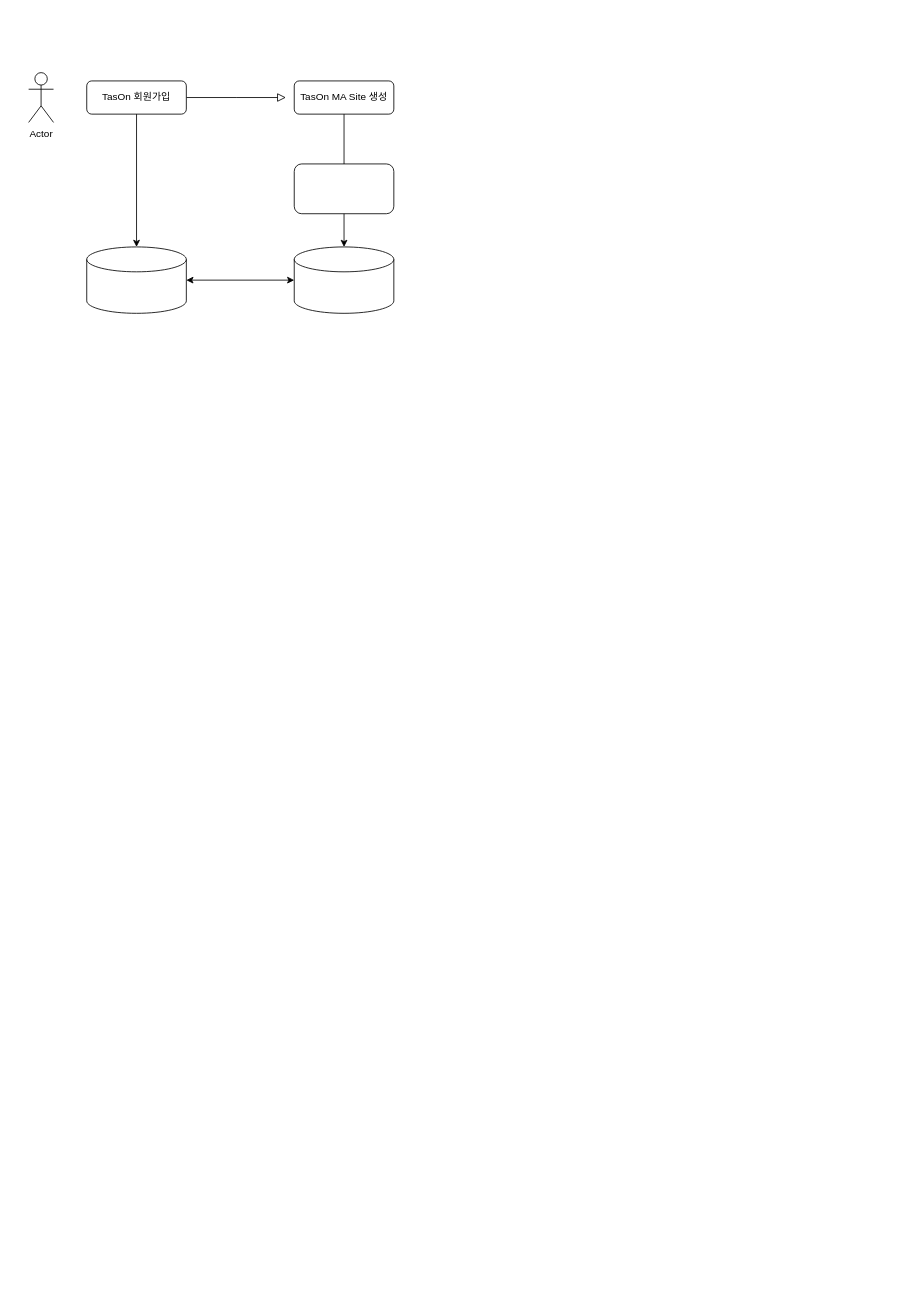
Earlier version of the draw.io diagram Tason회원가입.drawio (jaero0725/draw_io). Source tidied: cells renumbered, new cells numbered last; positions are measured from the earlier drawing's top-left corner, leaving out a move shared by most shapes. Both pictures are drawn from the tidied source at 83%, with x=0, y=0 at pixel (28, 72).
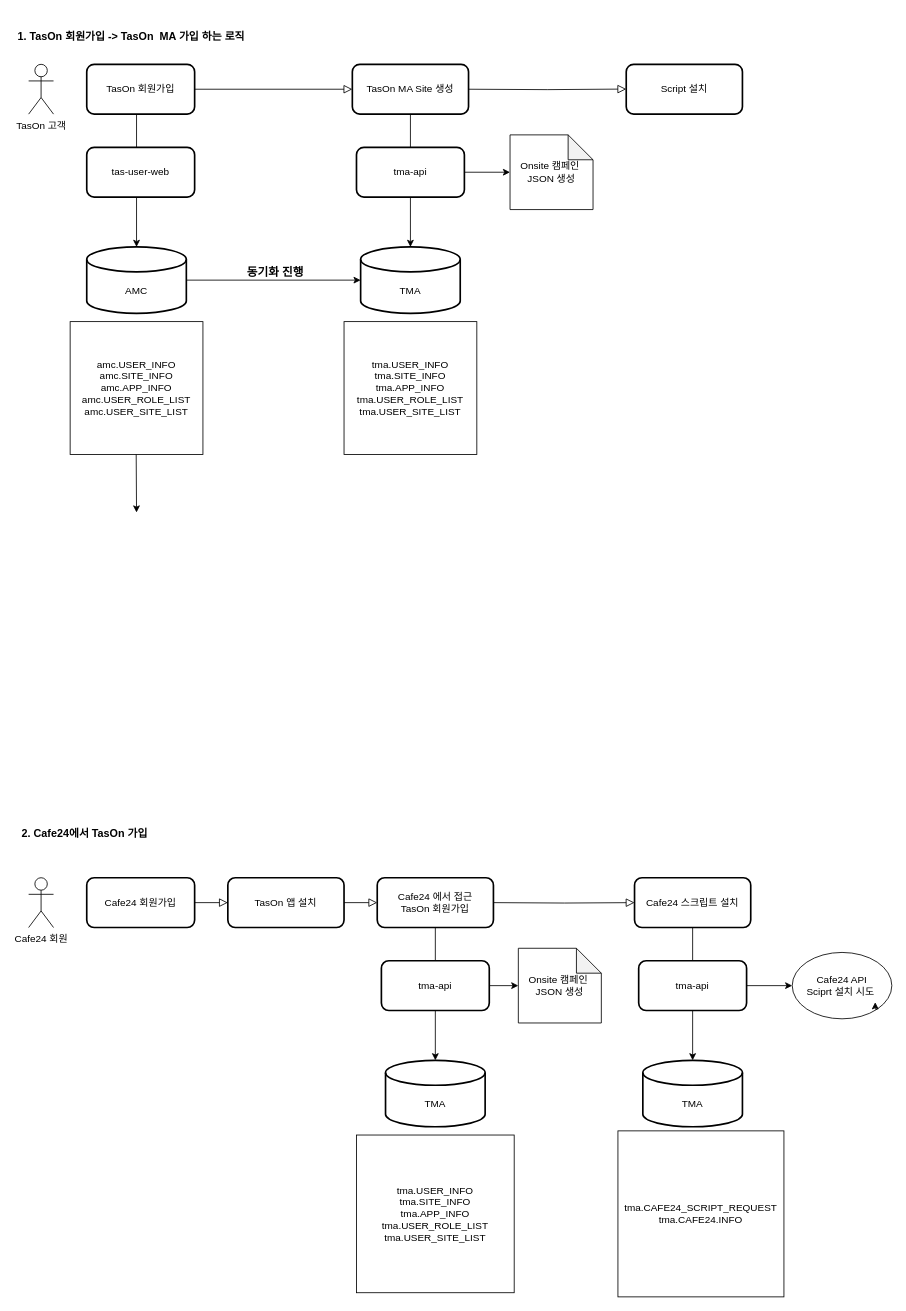
The same diagram, later.

Commit message (it also covers changes not shown here):
Tason회원가입.drawio 업데이트

Change to the diagram source:
```diff
@@
-    <mxCell id="2" value="Actor" style="shape=umlActor;verticalLabelPosition=bottom;verticalAlign=top;html=1;" parent="1" vertex="1">
-      <mxGeometry width="30" height="60" as="geometry" />
+    <mxCell id="2" value="TasOn 고객" style="shape=umlActor;verticalLabelPosition=bottom;verticalAlign=top;html=1;labelBackgroundColor=none;" parent="1" vertex="1">
+      <mxGeometry y="-10" width="30" height="60" as="geometry" />
     </mxCell>
-    <mxCell id="3" style="rounded=0;html=1;jettySize=auto;fontSize=11;endArrow=block;endFill=0;endSize=8;strokeWidth=1;shadow=0;labelBackgroundColor=none;edgeStyle=orthogonalEdgeStyle;fontColor=default;" parent="1" edge="1" source="4">
-      <mxGeometry relative="1" as="geometry">
-        <mxPoint x="310" y="30" as="targetPoint" />
-      </mxGeometry>
+    <mxCell id="3" style="rounded=0;html=1;jettySize=auto;fontSize=11;endArrow=block;endFill=0;endSize=8;strokeWidth=1;shadow=0;labelBackgroundColor=none;edgeStyle=orthogonalEdgeStyle;fontColor=default;entryX=0;entryY=0.5;entryDx=0;entryDy=0;exitX=1;exitY=0.5;exitDx=0;exitDy=0;" parent="1" edge="1" source="4" target="5">
+      <mxGeometry relative="1" as="geometry" />
     </mxCell>
-    <mxCell id="4" value="TasOn 회원가입" style="rounded=1;whiteSpace=wrap;html=1;fontSize=12;glass=0;strokeWidth=1;shadow=0;labelBackgroundColor=none;" parent="1" vertex="1">
-      <mxGeometry x="70" y="10" width="120" height="40" as="geometry" />
+    <mxCell id="4" value="TasOn 회원가입" style="rounded=1;whiteSpace=wrap;html=1;fontSize=12;glass=0;strokeWidth=2;shadow=0;labelBackgroundColor=none;" parent="1" vertex="1">
+      <mxGeometry x="70" y="-10" width="130" height="60" as="geometry" />
     </mxCell>
-    <mxCell id="5" value="TasOn MA Site 생성" style="rounded=1;whiteSpace=wrap;html=1;fontSize=12;glass=0;strokeWidth=1;shadow=0;labelBackgroundColor=none;" parent="1" vertex="1">
-      <mxGeometry x="320" y="10" width="120" height="40" as="geometry" />
+    <mxCell id="5" value="TasOn MA Site 생성" style="rounded=1;whiteSpace=wrap;html=1;fontSize=12;glass=0;strokeWidth=2;shadow=0;labelBackgroundColor=none;" parent="1" vertex="1">
+      <mxGeometry x="390" y="-10" width="140" height="60" as="geometry" />
     </mxCell>
-    <mxCell id="6" style="endArrow=classic;html=1;rounded=0;" parent="1" edge="1" target="7">
+    <mxCell id="6" style="endArrow=classic;html=1;rounded=0;labelBackgroundColor=none;fontColor=default;" parent="1" edge="1" target="7">
       <mxGeometry relative="1" as="geometry">
         <mxPoint x="130" y="50" as="sourcePoint" />
       </mxGeometry>
     </mxCell>
-    <mxCell id="7" style="shape=cylinder3;whiteSpace=wrap;html=1;boundedLbl=1;backgroundOutline=1;size=15;" parent="1" vertex="1">
+    <mxCell id="7" value="AMC" style="shape=cylinder3;whiteSpace=wrap;html=1;boundedLbl=1;backgroundOutline=1;size=15;strokeWidth=2;labelBackgroundColor=none;" parent="1" vertex="1">
       <mxGeometry x="70" y="210" width="120" height="80" as="geometry" />
     </mxCell>
-    <mxCell id="8" style="endArrow=classic;html=1;rounded=0;" parent="1" edge="1" target="9">
+    <mxCell id="8" style="endArrow=classic;html=1;rounded=0;labelBackgroundColor=none;fontColor=default;" parent="1" edge="1" target="9">
       <mxGeometry relative="1" as="geometry">
-        <mxPoint x="380" y="50" as="sourcePoint" />
+        <mxPoint x="460" y="50" as="sourcePoint" />
       </mxGeometry>
     </mxCell>
-    <mxCell id="9" style="shape=cylinder3;whiteSpace=wrap;html=1;boundedLbl=1;backgroundOutline=1;size=15;" parent="1" vertex="1">
-      <mxGeometry x="320" y="210" width="120" height="80" as="geometry" />
+    <mxCell id="9" value="TMA" style="shape=cylinder3;whiteSpace=wrap;html=1;boundedLbl=1;backgroundOutline=1;size=15;strokeWidth=2;labelBackgroundColor=none;" parent="1" vertex="1">
+      <mxGeometry x="400" y="210" width="120" height="80" as="geometry" />
     </mxCell>
-    <mxCell id="10" style="rounded=1;whiteSpace=wrap;html=1;" parent="1" vertex="1">
-      <mxGeometry x="320" y="110" width="120" height="60" as="geometry" />
+    <mxCell id="10" value="tma-api" style="rounded=1;whiteSpace=wrap;html=1;strokeWidth=2;labelBackgroundColor=none;" parent="1" vertex="1">
+      <mxGeometry x="395" y="90" width="130" height="60" as="geometry" />
     </mxCell>
-    <mxCell id="11" style="endArrow=classic;startArrow=classic;html=1;rounded=0;entryX=0;entryY=0.5;entryDx=0;entryDy=0;entryPerimeter=0;exitX=1;exitY=0.5;exitDx=0;exitDy=0;exitPerimeter=0;" parent="1" edge="1" source="7" target="9">
-      <mxGeometry relative="1" as="geometry" />
-    </mxCell>
+    <mxCell id="12" style="endArrow=classic;html=1;rounded=0;entryX=0;entryY=0.5;entryDx=0;entryDy=0;entryPerimeter=0;exitX=1;exitY=0.5;exitDx=0;exitDy=0;exitPerimeter=0;labelBackgroundColor=none;fontColor=default;" parent="1" edge="1">
+      <mxGeometry relative="1" as="geometry">
+        <mxPoint x="190" y="250" as="sourcePoint" />
+        <mxPoint x="400" y="250" as="targetPoint" />
+      </mxGeometry>
+    </mxCell>
+    <mxCell id="13" value="동기화 진행" style="edgeLabel;html=1;align=center;verticalAlign=middle;fontSize=14;fontStyle=1;labelBackgroundColor=none;" parent="12" vertex="1">
+      <mxGeometry x="0.01" y="-4" relative="1" as="geometry">
+        <mxPoint y="-14" as="offset" />
+      </mxGeometry>
+    </mxCell>
+    <mxCell id="14" value="tma.USER_INFO&#10;tma.SITE_INFO&#10;tma.APP_INFO&#10;tma.USER_ROLE_LIST&#10;tma.USER_SITE_LIST" style="whiteSpace=wrap;html=1;labelBackgroundColor=none;" parent="1" vertex="1">
+      <mxGeometry x="380" y="300" width="160" height="160" as="geometry" />
+    </mxCell>
+    <mxCell id="15" value="&lt;div&gt;amc.USER_INFO&lt;/div&gt;&lt;div&gt;amc.SITE_INFO&lt;/div&gt;&lt;div&gt;amc.APP_INFO&lt;/div&gt;&lt;div&gt;amc.USER_ROLE_LIST&lt;/div&gt;&lt;div&gt;amc.USER_SITE_LIST&lt;/div&gt;" style="whiteSpace=wrap;html=1;labelBackgroundColor=none;" parent="1" vertex="1">
+      <mxGeometry x="50" y="300" width="160" height="160" as="geometry" />
+    </mxCell>
+    <mxCell id="16" style="endArrow=classic;html=1;rounded=0;labelBackgroundColor=none;fontColor=default;" parent="1" edge="1">
+      <mxGeometry relative="1" as="geometry">
+        <mxPoint x="129.6" y="460" as="sourcePoint" />
+        <mxPoint x="130" y="530" as="targetPoint" />
+      </mxGeometry>
+    </mxCell>
+    <mxCell id="17" style="endArrow=classic;html=1;rounded=0;entryX=0;entryY=0.5;entryDx=0;entryDy=0;entryPerimeter=0;labelBackgroundColor=none;fontColor=default;exitX=1;exitY=0.5;exitDx=0;exitDy=0;" parent="1" edge="1" source="10" target="18">
+      <mxGeometry relative="1" as="geometry" />
+    </mxCell>
+    <mxCell id="18" value="Onsite 캠페인&amp;nbsp;&lt;br&gt;JSON 생성" style="shape=note;whiteSpace=wrap;html=1;backgroundOutline=1;darkOpacity=0.05;labelBackgroundColor=none;" parent="1" vertex="1">
+      <mxGeometry x="580" y="75" width="100" height="90" as="geometry" />
+    </mxCell>
+    <mxCell id="19" value="&lt;h2&gt;&lt;font style=&quot;font-size: 13px;&quot;&gt;1. TasOn 회원가입 -&amp;gt; TasOn&amp;nbsp; MA 가입 하는 로직&lt;/font&gt;&lt;/h2&gt;" style="text;strokeColor=none;align=left;fillColor=none;html=1;verticalAlign=middle;whiteSpace=wrap;rounded=0;labelBackgroundColor=none;" parent="1" vertex="1">
+      <mxGeometry x="-15" y="-60" width="290" height="30" as="geometry" />
+    </mxCell>
+    <mxCell id="20" value="tas-user-web" style="rounded=1;whiteSpace=wrap;html=1;strokeWidth=2;labelBackgroundColor=none;" parent="1" vertex="1">
+      <mxGeometry x="70" y="90" width="130" height="60" as="geometry" />
+    </mxCell>
+    <mxCell id="21" value="&lt;h2&gt;&lt;span style=&quot;font-size: 13px;&quot;&gt;2. Cafe24에서 TasOn 가입&amp;nbsp;&lt;/span&gt;&lt;/h2&gt;" style="text;strokeColor=none;align=left;fillColor=none;html=1;verticalAlign=middle;whiteSpace=wrap;rounded=0;labelBackgroundColor=none;" parent="1" vertex="1">
+      <mxGeometry x="-10" y="900" width="290" height="30" as="geometry" />
+    </mxCell>
+    <mxCell id="22" value="Cafe24 회원" style="shape=umlActor;verticalLabelPosition=bottom;verticalAlign=top;html=1;labelBackgroundColor=none;" parent="1" vertex="1">
+      <mxGeometry y="970" width="30" height="60" as="geometry" />
+    </mxCell>
+    <mxCell id="23" style="rounded=0;html=1;jettySize=auto;fontSize=11;endArrow=block;endFill=0;endSize=8;strokeWidth=1;shadow=0;labelBackgroundColor=none;edgeStyle=orthogonalEdgeStyle;fontColor=default;entryX=0;entryY=0.5;entryDx=0;entryDy=0;exitX=1;exitY=0.5;exitDx=0;exitDy=0;" parent="1" edge="1" source="24" target="25">
+      <mxGeometry relative="1" as="geometry" />
+    </mxCell>
+    <mxCell id="24" value="Cafe24 회원가입" style="rounded=1;whiteSpace=wrap;html=1;fontSize=12;glass=0;strokeWidth=2;shadow=0;labelBackgroundColor=none;" parent="1" vertex="1">
+      <mxGeometry x="70" y="970" width="130" height="60" as="geometry" />
+    </mxCell>
+    <mxCell id="25" value="TasOn 앱 설치" style="rounded=1;whiteSpace=wrap;html=1;fontSize=12;glass=0;strokeWidth=2;shadow=0;labelBackgroundColor=none;" parent="1" vertex="1">
+      <mxGeometry x="240" y="970" width="140" height="60" as="geometry" />
+    </mxCell>
+    <mxCell id="26" style="rounded=0;html=1;jettySize=auto;fontSize=11;endArrow=block;endFill=0;endSize=8;strokeWidth=1;shadow=0;labelBackgroundColor=none;edgeStyle=orthogonalEdgeStyle;fontColor=default;entryX=0;entryY=0.5;entryDx=0;entryDy=0;exitX=1;exitY=0.5;exitDx=0;exitDy=0;" parent="1" edge="1" source="25" target="27">
+      <mxGeometry relative="1" as="geometry" />
+    </mxCell>
+    <mxCell id="27" value="Cafe24 에서 접근 &lt;br&gt;TasOn 회원가입" style="rounded=1;whiteSpace=wrap;html=1;fontSize=12;glass=0;strokeWidth=2;shadow=0;labelBackgroundColor=none;" parent="1" vertex="1">
+      <mxGeometry x="420" y="970" width="140" height="60" as="geometry" />
+    </mxCell>
+    <mxCell id="28" style="endArrow=classic;html=1;rounded=0;labelBackgroundColor=none;fontColor=default;" parent="1" edge="1" target="29">
+      <mxGeometry relative="1" as="geometry">
+        <mxPoint x="490" y="1030" as="sourcePoint" />
+      </mxGeometry>
+    </mxCell>
+    <mxCell id="29" value="TMA" style="shape=cylinder3;whiteSpace=wrap;html=1;boundedLbl=1;backgroundOutline=1;size=15;strokeWidth=2;labelBackgroundColor=none;" parent="1" vertex="1">
+      <mxGeometry x="430" y="1190" width="120" height="80" as="geometry" />
+    </mxCell>
+    <mxCell id="30" value="tma-api" style="rounded=1;whiteSpace=wrap;html=1;strokeWidth=2;labelBackgroundColor=none;" parent="1" vertex="1">
+      <mxGeometry x="425" y="1070" width="130" height="60" as="geometry" />
+    </mxCell>
+    <mxCell id="31" value="tma.USER_INFO&#10;tma.SITE_INFO&#10;tma.APP_INFO&#10;tma.USER_ROLE_LIST&#10;tma.USER_SITE_LIST" style="whiteSpace=wrap;html=1;labelBackgroundColor=none;" parent="1" vertex="1">
+      <mxGeometry x="395" y="1280" width="190" height="190" as="geometry" />
+    </mxCell>
+    <mxCell id="32" style="endArrow=classic;html=1;rounded=0;entryX=0;entryY=0.5;entryDx=0;entryDy=0;entryPerimeter=0;exitX=1;exitY=0.5;exitDx=0;exitDy=0;labelBackgroundColor=none;fontColor=default;" parent="1" edge="1" source="30" target="33">
+      <mxGeometry relative="1" as="geometry" />
+    </mxCell>
+    <mxCell id="33" value="Onsite 캠페인&amp;nbsp;&lt;br&gt;JSON 생성" style="shape=note;whiteSpace=wrap;html=1;backgroundOutline=1;darkOpacity=0.05;labelBackgroundColor=none;" parent="1" vertex="1">
+      <mxGeometry x="590" y="1055" width="100" height="90" as="geometry" />
+    </mxCell>
+    <mxCell id="34" style="rounded=0;html=1;jettySize=auto;fontSize=11;endArrow=block;endFill=0;endSize=8;strokeWidth=1;shadow=0;labelBackgroundColor=none;edgeStyle=orthogonalEdgeStyle;fontColor=default;entryX=0;entryY=0.5;entryDx=0;entryDy=0;" parent="1" edge="1" target="35">
+      <mxGeometry relative="1" as="geometry">
+        <mxPoint x="560" y="1000" as="sourcePoint" />
+      </mxGeometry>
+    </mxCell>
+    <mxCell id="35" value="Cafe24 스크립트 설치" style="rounded=1;whiteSpace=wrap;html=1;fontSize=12;glass=0;strokeWidth=2;shadow=0;labelBackgroundColor=none;" parent="1" vertex="1">
+      <mxGeometry x="730" y="970" width="140" height="60" as="geometry" />
+    </mxCell>
+    <mxCell id="36" value="Script 설치" style="rounded=1;whiteSpace=wrap;html=1;fontSize=12;glass=0;strokeWidth=2;shadow=0;labelBackgroundColor=none;" parent="1" vertex="1">
+      <mxGeometry x="720" y="-10" width="140" height="60" as="geometry" />
+    </mxCell>
+    <mxCell id="37" style="rounded=0;html=1;jettySize=auto;orthogonalLoop=1;fontSize=11;endArrow=block;endFill=0;endSize=8;strokeWidth=1;shadow=0;labelBackgroundColor=none;edgeStyle=orthogonalEdgeStyle;fontColor=default;entryX=0;entryY=0.5;entryDx=0;entryDy=0;" parent="1" edge="1">
+      <mxGeometry relative="1" as="geometry">
+        <mxPoint x="530" y="20" as="sourcePoint" />
+        <mxPoint x="720" y="19.8" as="targetPoint" />
+      </mxGeometry>
+    </mxCell>
+    <mxCell id="38" style="endArrow=classic;html=1;rounded=0;labelBackgroundColor=none;fontColor=default;" parent="1" edge="1" target="39">
+      <mxGeometry relative="1" as="geometry">
+        <mxPoint x="800" y="1030" as="sourcePoint" />
+      </mxGeometry>
+    </mxCell>
+    <mxCell id="39" value="TMA" style="shape=cylinder3;whiteSpace=wrap;html=1;boundedLbl=1;backgroundOutline=1;size=15;strokeWidth=2;labelBackgroundColor=none;" parent="1" vertex="1">
+      <mxGeometry x="740" y="1190" width="120" height="80" as="geometry" />
+    </mxCell>
+    <mxCell id="40" value="tma-api" style="rounded=1;whiteSpace=wrap;html=1;strokeWidth=2;labelBackgroundColor=none;" parent="1" vertex="1">
+      <mxGeometry x="735" y="1070" width="130" height="60" as="geometry" />
+    </mxCell>
+    <mxCell id="41" value="tma.CAFE24_SCRIPT_REQUEST&lt;br&gt;tma.CAFE24.INFO" style="whiteSpace=wrap;html=1;labelBackgroundColor=none;" parent="1" vertex="1">
+      <mxGeometry x="710" y="1275" width="200" height="200" as="geometry" />
+    </mxCell>
+    <mxCell id="42" value="Cafe24 API&lt;br&gt;Sciprt 설치 시도&amp;nbsp;" style="ellipse;whiteSpace=wrap;html=1;" parent="1" vertex="1">
+      <mxGeometry x="920" y="1060" width="120" height="80" as="geometry" />
+    </mxCell>
+    <mxCell id="43" style="endArrow=classic;html=1;rounded=0;entryX=0;entryY=0.5;entryDx=0;entryDy=0;exitX=1;exitY=0.5;exitDx=0;exitDy=0;" parent="1" edge="1" source="40" target="42">
+      <mxGeometry relative="1" as="geometry" />
+    </mxCell>
+    <mxCell id="44" style="edgeStyle=orthogonalEdgeStyle;rounded=0;orthogonalLoop=1;jettySize=auto;html=1;exitX=1;exitY=1;exitDx=0;exitDy=0;entryX=0.833;entryY=0.75;entryDx=0;entryDy=0;entryPerimeter=0;" parent="1" edge="1" source="42" target="42">
+      <mxGeometry relative="1" as="geometry" />
+    </mxCell>
```
